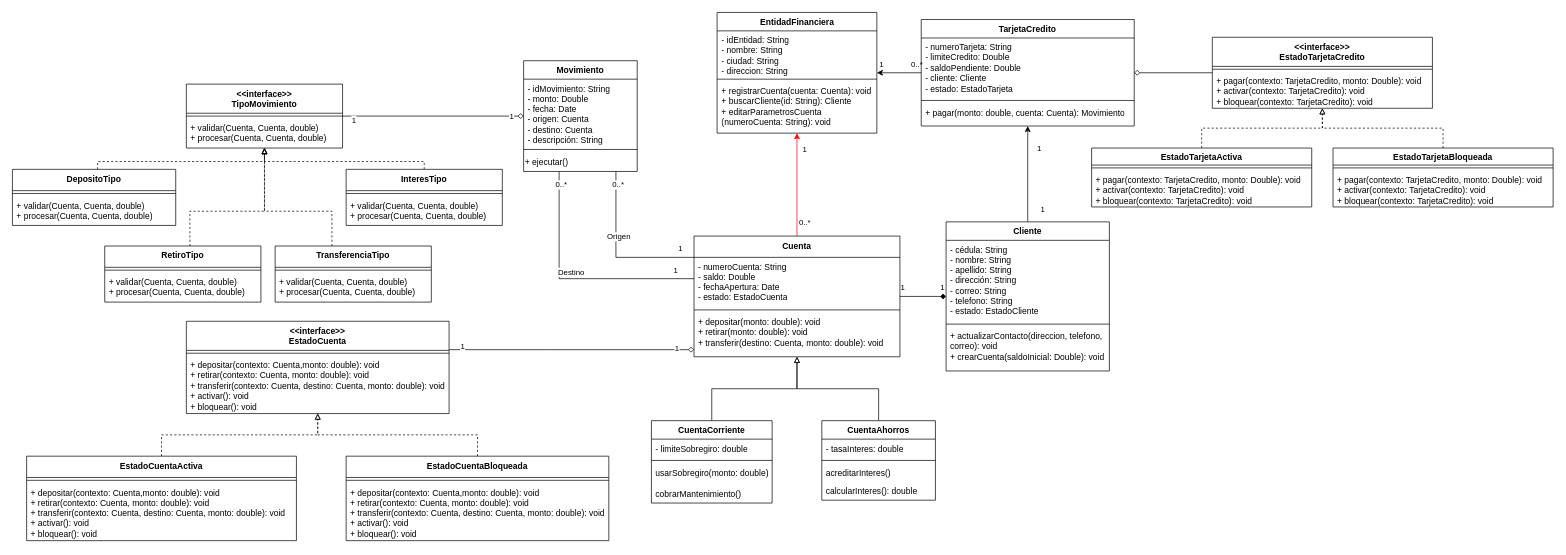
Earlier version of the draw.io diagram page "V2" (2 of 2) of doc/Diagrama de clases - Sistema Bancario v1.drawio (BryanGuano02/Bank-app). Source tidied: cells renumbered, new cells numbered last; positions are measured from the earlier drawing's top-left corner, leaving out a move shared by most shapes. Both pictures are drawn from the tidied source at 71%, with x=0, y=0 at pixel (12, 12).
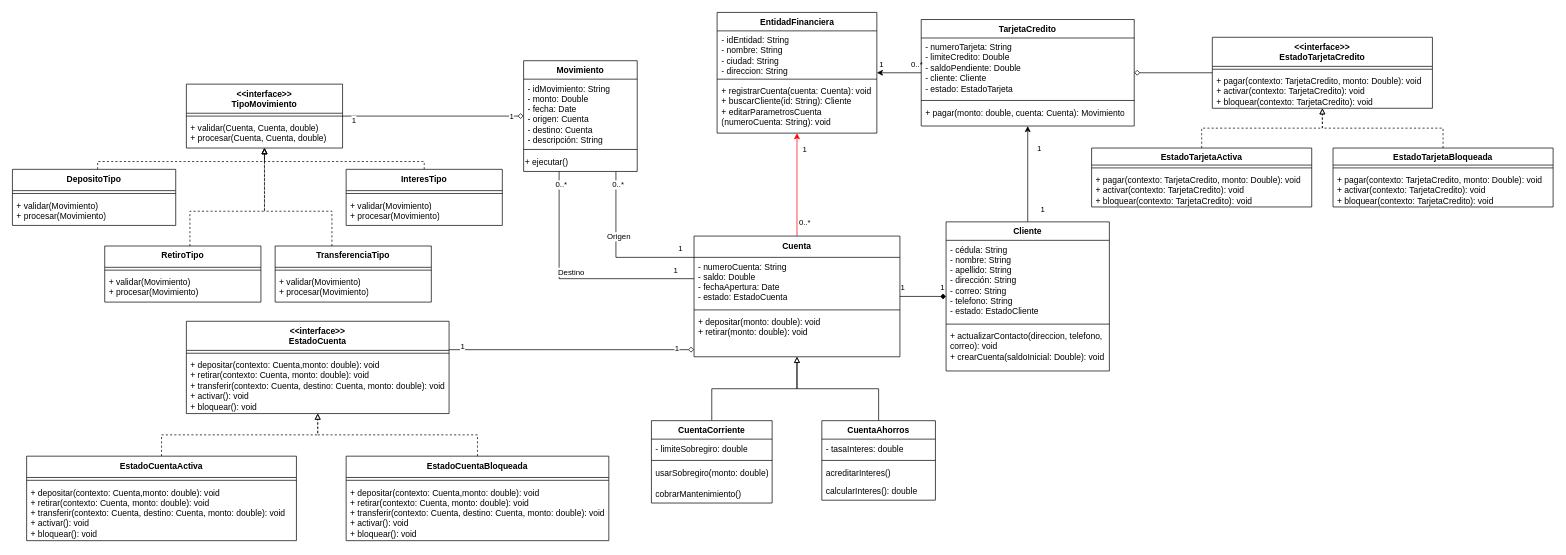
Above is the later version.

Commit message:
feat: update class diagram to reflect changes in account operations

Unchanged cells that the change refers to:
```xml
<mxCell id="26" value="&lt;div&gt;&lt;span style=&quot;background-color: transparent; color: light-dark(rgb(0, 0, 0), rgb(255, 255, 255));&quot;&gt;Cuenta&lt;/span&gt;&lt;/div&gt;" style="swimlane;fontStyle=1;align=center;verticalAlign=top;horizontal=1;startSize=30;whiteSpace=wrap;html=1;" parent="1" vertex="1">
  <mxGeometry x="960" y="315" width="290" height="170" as="geometry" />
</mxCell>
<mxCell id="61" value="DepositoTipo" style="swimlane;fontStyle=1;align=center;verticalAlign=top;horizontal=1;startSize=30;whiteSpace=wrap;html=1;" parent="1" vertex="1">
  <mxGeometry y="221" width="230" height="79" as="geometry" />
</mxCell>
<mxCell id="64" value="RetiroTipo" style="swimlane;fontStyle=1;align=center;verticalAlign=top;horizontal=1;startSize=30;whiteSpace=wrap;html=1;" parent="1" vertex="1">
  <mxGeometry x="130" y="329" width="220" height="79" as="geometry" />
</mxCell>
<mxCell id="68" value="TransferenciaTipo" style="swimlane;fontStyle=1;align=center;verticalAlign=top;horizontal=1;startSize=30;whiteSpace=wrap;html=1;" parent="1" vertex="1">
  <mxGeometry x="370" y="329" width="220" height="79" as="geometry" />
</mxCell>
<mxCell id="72" value="InteresTipo" style="swimlane;fontStyle=1;align=center;verticalAlign=top;horizontal=1;startSize=30;whiteSpace=wrap;html=1;" parent="1" vertex="1">
  <mxGeometry x="470" y="221" width="220" height="79" as="geometry" />
</mxCell>
```

Change to the diagram source:
```diff
@@
-    <mxCell id="29" value="&lt;div&gt;&lt;span style=&quot;background-color: transparent; color: light-dark(rgb(0, 0, 0), rgb(255, 255, 255));&quot;&gt;+ depositar(monto: double): void&lt;/span&gt;&lt;/div&gt;&lt;div&gt;&lt;div&gt;&lt;div&gt;+ retirar(monto: double): void&lt;/div&gt;&lt;div&gt;+ transferir(destino: Cuenta, monto: double): void&lt;/div&gt;&lt;/div&gt;&lt;/div&gt;" style="text;strokeColor=none;fillColor=none;align=left;verticalAlign=top;spacingLeft=4;spacingRight=4;overflow=hidden;whiteSpace=wrap;html=1;" parent="26" vertex="1">
+    <mxCell id="29" value="&lt;div&gt;&lt;span style=&quot;background-color: transparent; color: light-dark(rgb(0, 0, 0), rgb(255, 255, 255));&quot;&gt;+ depositar(monto: double): void&lt;/span&gt;&lt;/div&gt;&lt;div&gt;&lt;div&gt;+ retirar(monto: double): void&lt;/div&gt;&lt;div&gt;&lt;br&gt;&lt;/div&gt;&lt;/div&gt;" style="text;strokeColor=none;fillColor=none;align=left;verticalAlign=top;spacingLeft=4;spacingRight=4;overflow=hidden;whiteSpace=wrap;html=1;" parent="26" vertex="1">
       <mxGeometry y="108" width="290" height="62" as="geometry" />
     </mxCell>
@@
-    <mxCell id="63" value="+ validar(Cuenta, Cuenta, double)&lt;div&gt;+ procesar(Cuenta, Cuenta, double)&lt;/div&gt;" style="text;strokeColor=none;fillColor=none;align=left;verticalAlign=top;spacingLeft=4;spacingRight=4;overflow=hidden;whiteSpace=wrap;html=1;" parent="61" vertex="1">
+    <mxCell id="63" value="+ validar(Movimiento)&lt;div&gt;+ procesar(Movimiento)&lt;/div&gt;" style="text;strokeColor=none;fillColor=none;align=left;verticalAlign=top;spacingLeft=4;spacingRight=4;overflow=hidden;whiteSpace=wrap;html=1;" parent="61" vertex="1">
       <mxGeometry y="38" width="230" height="41" as="geometry" />
     </mxCell>
@@
-    <mxCell id="66" value="+ validar(Cuenta, Cuenta, double)&lt;div&gt;+ procesar(Cuenta, Cuenta, double)&lt;/div&gt;" style="text;strokeColor=none;fillColor=none;align=left;verticalAlign=top;spacingLeft=4;spacingRight=4;overflow=hidden;whiteSpace=wrap;html=1;" parent="64" vertex="1">
+    <mxCell id="66" value="+ validar(Movimiento)&lt;div&gt;+ procesar(Movimiento)&lt;/div&gt;" style="text;strokeColor=none;fillColor=none;align=left;verticalAlign=top;spacingLeft=4;spacingRight=4;overflow=hidden;whiteSpace=wrap;html=1;" parent="64" vertex="1">
       <mxGeometry y="38" width="220" height="41" as="geometry" />
     </mxCell>
@@
-    <mxCell id="70" value="+ validar(Cuenta, Cuenta, double)&lt;div&gt;+ procesar(Cuenta, Cuenta, double)&lt;/div&gt;" style="text;strokeColor=none;fillColor=none;align=left;verticalAlign=top;spacingLeft=4;spacingRight=4;overflow=hidden;whiteSpace=wrap;html=1;" parent="68" vertex="1">
+    <mxCell id="70" value="+ validar(Movimiento)&lt;div&gt;+ procesar(Movimiento)&lt;/div&gt;" style="text;strokeColor=none;fillColor=none;align=left;verticalAlign=top;spacingLeft=4;spacingRight=4;overflow=hidden;whiteSpace=wrap;html=1;" parent="68" vertex="1">
       <mxGeometry y="38" width="220" height="41" as="geometry" />
     </mxCell>
@@
-    <mxCell id="74" value="+ validar(Cuenta, Cuenta, double)&lt;div&gt;+ procesar(Cuenta, Cuenta, double)&lt;/div&gt;" style="text;strokeColor=none;fillColor=none;align=left;verticalAlign=top;spacingLeft=4;spacingRight=4;overflow=hidden;whiteSpace=wrap;html=1;" parent="72" vertex="1">
+    <mxCell id="74" value="+ validar(Movimiento)&lt;div&gt;+ procesar(Movimiento)&lt;/div&gt;" style="text;strokeColor=none;fillColor=none;align=left;verticalAlign=top;spacingLeft=4;spacingRight=4;overflow=hidden;whiteSpace=wrap;html=1;" parent="72" vertex="1">
       <mxGeometry y="38" width="220" height="41" as="geometry" />
     </mxCell>
```
